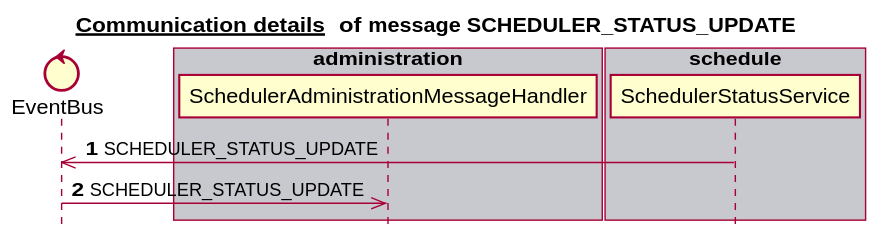
Earlier version of the PlantUML export docs/latest/images/gen_domain_messaging_scheduler_status_update.svg (mercedes-benz/sechub). Source of this version:
```plantuml
@startuml


title __Communication details __ of **message SCHEDULER_STATUS_UPDATE**
skinparam style strictuml


control EventBus
box "scan" #C8C8CF
end box
box "authorization" #F8F8FF
end box
box "administration" #C8C8CF
   participant SchedulerAdministrationMessageHandler
end box
box "notification" #F8F8FF
end box
box "schedule" #C8C8CF
   participant SchedulerStatusService
end box
autonumber 1
SchedulerStatusService ->> EventBus:SCHEDULER_STATUS_UPDATE
EventBus ->> SchedulerAdministrationMessageHandler:SCHEDULER_STATUS_UPDATE
autonumber stop


@enduml
```
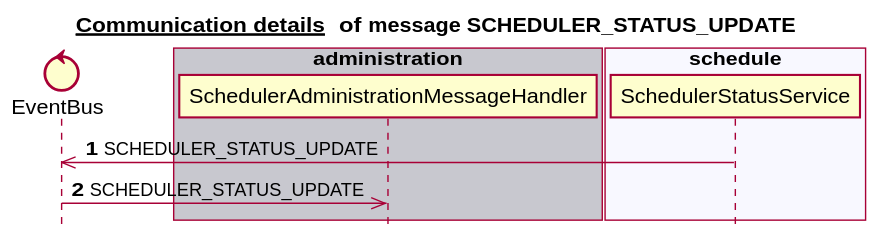
After the commit.

What changed in the source:
```diff
@@ -6,17 +6,17 @@
 
 
 control EventBus
-box "scan" #C8C8CF
+box "notification" #C8C8CF
 end box
 box "authorization" #F8F8FF
 end box
 box "administration" #C8C8CF
    participant SchedulerAdministrationMessageHandler
 end box
-box "notification" #F8F8FF
+box "schedule" #F8F8FF
+   participant SchedulerStatusService
 end box
-box "schedule" #C8C8CF
-   participant SchedulerStatusService
+box "scan" #C8C8CF
 end box
 autonumber 1
 SchedulerStatusService ->> EventBus:SCHEDULER_STATUS_UPDATE
```
